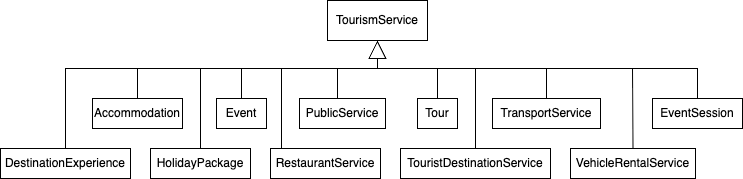
The draw.io diagram diagrams/fig4-TourismService.png in TURISMO-Ontologia/core-ontology, before a commit. Source tidied: cells renumbered, new cells last; positions are measured from the earlier drawing's top-left corner, leaving out a move shared by most shapes.
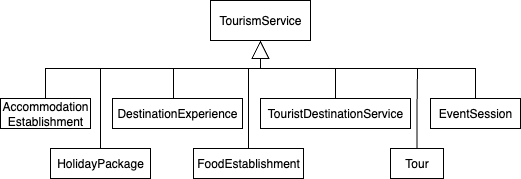
Above is the later version.

Diff of the diagram source:
```diff
@@ -7,95 +7,70 @@
     </mxCell>
     <mxCell id="3" style="edgeStyle=orthogonalEdgeStyle;rounded=0;jettySize=auto;html=1;exitX=0.5;exitY=0;exitDx=0;exitDy=0;endArrow=none;endFill=0;" parent="1" edge="1" source="4">
       <mxGeometry relative="1" as="geometry">
-        <mxPoint x="200" y="68" as="targetPoint" />
+        <mxPoint x="217" y="68" as="targetPoint" />
       </mxGeometry>
     </mxCell>
     <mxCell id="4" value="HolidayPackage" style="rounded=0;whiteSpace=wrap;html=1;snapToPoint=1;points=[[0.1,0],[0.2,0],[0.3,0],[0.4,0],[0.5,0],[0.6,0],[0.7,0],[0.8,0],[0.9,0],[0,0.1],[0,0.3],[0,0.5],[0,0.7],[0,0.9],[0.1,1],[0.2,1],[0.3,1],[0.4,1],[0.5,1],[0.6,1],[0.7,1],[0.8,1],[0.9,1],[1,0.1],[1,0.3],[1,0.5],[1,0.7],[1,0.9]];align=center;" parent="1" vertex="1">
-      <mxGeometry x="150" y="148" width="100" height="30" as="geometry" />
+      <mxGeometry x="167" y="148" width="100" height="30" as="geometry" />
     </mxCell>
-    <mxCell id="5" style="edgeStyle=orthogonalEdgeStyle;rounded=0;jettySize=auto;html=1;exitX=0.5;exitY=0;exitDx=0;exitDy=0;endArrow=none;endFill=0;" parent="1" edge="1" source="6">
-      <mxGeometry relative="1" as="geometry">
-        <mxPoint x="437" y="68" as="targetPoint" />
-      </mxGeometry>
-    </mxCell>
-    <mxCell id="6" value="Tour" style="rounded=0;whiteSpace=wrap;html=1;snapToPoint=1;points=[[0.1,0],[0.2,0],[0.3,0],[0.4,0],[0.5,0],[0.6,0],[0.7,0],[0.8,0],[0.9,0],[0,0.1],[0,0.3],[0,0.5],[0,0.7],[0,0.9],[0.1,1],[0.2,1],[0.3,1],[0.4,1],[0.5,1],[0.6,1],[0.7,1],[0.8,1],[0.9,1],[1,0.1],[1,0.3],[1,0.5],[1,0.7],[1,0.9]];align=center;" parent="1" vertex="1">
-      <mxGeometry x="417" y="98" width="40" height="30" as="geometry" />
+    <mxCell id="6" value="TouristDestinationService" style="rounded=0;whiteSpace=wrap;html=1;snapToPoint=1;points=[[0.1,0],[0.2,0],[0.3,0],[0.4,0],[0.5,0],[0.6,0],[0.7,0],[0.8,0],[0.9,0],[0,0.1],[0,0.3],[0,0.5],[0,0.7],[0,0.9],[0.1,1],[0.2,1],[0.3,1],[0.4,1],[0.5,1],[0.6,1],[0.7,1],[0.8,1],[0.9,1],[1,0.1],[1,0.3],[1,0.5],[1,0.7],[1,0.9]];align=center;" parent="1" vertex="1">
+      <mxGeometry x="377" y="98" width="150" height="30" as="geometry" />
     </mxCell>
-    <mxCell id="7" value="Event" style="rounded=0;whiteSpace=wrap;html=1;snapToPoint=1;points=[[0.1,0],[0.2,0],[0.3,0],[0.4,0],[0.5,0],[0.6,0],[0.7,0],[0.8,0],[0.9,0],[0,0.1],[0,0.3],[0,0.5],[0,0.7],[0,0.9],[0.1,1],[0.2,1],[0.3,1],[0.4,1],[0.5,1],[0.6,1],[0.7,1],[0.8,1],[0.9,1],[1,0.1],[1,0.3],[1,0.5],[1,0.7],[1,0.9]];align=center;" parent="1" vertex="1">
-      <mxGeometry x="216" y="98" width="50" height="30" as="geometry" />
-    </mxCell>
-    <mxCell id="8" style="edgeStyle=orthogonalEdgeStyle;rounded=0;jettySize=auto;html=1;exitX=0.5;exitY=0;exitDx=0;exitDy=0;endArrow=none;endFill=0;" parent="1" edge="1" source="9">
-      <mxGeometry relative="1" as="geometry">
-        <mxPoint x="475" y="68" as="targetPoint" />
-      </mxGeometry>
-    </mxCell>
-    <mxCell id="9" value="TouristDestinationService" style="rounded=0;whiteSpace=wrap;html=1;snapToPoint=1;points=[[0.1,0],[0.2,0],[0.3,0],[0.4,0],[0.5,0],[0.6,0],[0.7,0],[0.8,0],[0.9,0],[0,0.1],[0,0.3],[0,0.5],[0,0.7],[0,0.9],[0.1,1],[0.2,1],[0.3,1],[0.4,1],[0.5,1],[0.6,1],[0.7,1],[0.8,1],[0.9,1],[1,0.1],[1,0.3],[1,0.5],[1,0.7],[1,0.9]];align=center;" parent="1" vertex="1">
-      <mxGeometry x="400" y="148" width="150" height="30" as="geometry" />
+    <mxCell id="9" value="Tour" style="rounded=0;whiteSpace=wrap;html=1;snapToPoint=1;points=[[0.1,0],[0.2,0],[0.3,0],[0.4,0],[0.5,0],[0.6,0],[0.7,0],[0.8,0],[0.9,0],[0,0.1],[0,0.3],[0,0.5],[0,0.7],[0,0.9],[0.1,1],[0.2,1],[0.3,1],[0.4,1],[0.5,1],[0.6,1],[0.7,1],[0.8,1],[0.9,1],[1,0.1],[1,0.3],[1,0.5],[1,0.7],[1,0.9]];align=center;" parent="1" vertex="1">
+      <mxGeometry x="507" y="148" width="53" height="30" as="geometry" />
     </mxCell>
-    <mxCell id="10" style="edgeStyle=orthogonalEdgeStyle;rounded=0;jettySize=auto;html=1;exitX=0.5;exitY=0;exitDx=0;exitDy=0;endArrow=none;endFill=0;" parent="1" edge="1" source="11">
-      <mxGeometry relative="1" as="geometry">
-        <mxPoint x="546" y="68" as="targetPoint" />
-      </mxGeometry>
-    </mxCell>
-    <mxCell id="11" value="TransportService" style="rounded=0;whiteSpace=wrap;html=1;snapToPoint=1;points=[[0.1,0],[0.2,0],[0.3,0],[0.4,0],[0.5,0],[0.6,0],[0.7,0],[0.8,0],[0.9,0],[0,0.1],[0,0.3],[0,0.5],[0,0.7],[0,0.9],[0.1,1],[0.2,1],[0.3,1],[0.4,1],[0.5,1],[0.6,1],[0.7,1],[0.8,1],[0.9,1],[1,0.1],[1,0.3],[1,0.5],[1,0.7],[1,0.9]];align=center;" parent="1" vertex="1">
-      <mxGeometry x="492" y="98" width="108" height="30" as="geometry" />
-    </mxCell>
-    <mxCell id="12" value="VehicleRentalService" style="rounded=0;whiteSpace=wrap;html=1;snapToPoint=1;points=[[0.1,0],[0.2,0],[0.3,0],[0.4,0],[0.5,0],[0.6,0],[0.7,0],[0.8,0],[0.9,0],[0,0.1],[0,0.3],[0,0.5],[0,0.7],[0,0.9],[0.1,1],[0.2,1],[0.3,1],[0.4,1],[0.5,1],[0.6,1],[0.7,1],[0.8,1],[0.9,1],[1,0.1],[1,0.3],[1,0.5],[1,0.7],[1,0.9]];align=center;" parent="1" vertex="1">
-      <mxGeometry x="570" y="148" width="125" height="30" as="geometry" />
-    </mxCell>
-    <mxCell id="13" style="edgeStyle=orthogonalEdgeStyle;rounded=0;jettySize=auto;html=1;exitX=0.1;exitY=0;exitDx=0;exitDy=0;endArrow=none;endFill=0;" parent="1" edge="1" source="14">
-      <mxGeometry relative="1" as="geometry">
-        <mxPoint x="281" y="68" as="targetPoint" />
-      </mxGeometry>
-    </mxCell>
-    <mxCell id="14" value="RestaurantService" style="rounded=0;whiteSpace=wrap;html=1;snapToPoint=1;points=[[0.1,0],[0.2,0],[0.3,0],[0.4,0],[0.5,0],[0.6,0],[0.7,0],[0.8,0],[0.9,0],[0,0.1],[0,0.3],[0,0.5],[0,0.7],[0,0.9],[0.1,1],[0.2,1],[0.3,1],[0.4,1],[0.5,1],[0.6,1],[0.7,1],[0.8,1],[0.9,1],[1,0.1],[1,0.3],[1,0.5],[1,0.7],[1,0.9]];align=center;" parent="1" vertex="1">
-      <mxGeometry x="270" y="148" width="110" height="30" as="geometry" />
+    <mxCell id="14" value="FoodEstablishment" style="rounded=0;whiteSpace=wrap;html=1;snapToPoint=1;points=[[0.1,0],[0.2,0],[0.3,0],[0.4,0],[0.5,0],[0.6,0],[0.7,0],[0.8,0],[0.9,0],[0,0.1],[0,0.3],[0,0.5],[0,0.7],[0,0.9],[0.1,1],[0.2,1],[0.3,1],[0.4,1],[0.5,1],[0.6,1],[0.7,1],[0.8,1],[0.9,1],[1,0.1],[1,0.3],[1,0.5],[1,0.7],[1,0.9]];align=center;" parent="1" vertex="1">
+      <mxGeometry x="310" y="148" width="110" height="30" as="geometry" />
     </mxCell>
-    <mxCell id="15" value="Accommodation" style="rounded=0;whiteSpace=wrap;html=1;snapToPoint=1;points=[[0.1,0],[0.2,0],[0.3,0],[0.4,0],[0.5,0],[0.6,0],[0.7,0],[0.8,0],[0.9,0],[0,0.1],[0,0.3],[0,0.5],[0,0.7],[0,0.9],[0.1,1],[0.2,1],[0.3,1],[0.4,1],[0.5,1],[0.6,1],[0.7,1],[0.8,1],[0.9,1],[1,0.1],[1,0.3],[1,0.5],[1,0.7],[1,0.9]];align=center;" parent="1" vertex="1">
-      <mxGeometry x="92" y="98" width="90" height="30" as="geometry" />
+    <mxCell id="15" value="Accommodation&lt;br&gt;Establishment" style="rounded=0;whiteSpace=wrap;html=1;snapToPoint=1;points=[[0.1,0],[0.2,0],[0.3,0],[0.4,0],[0.5,0],[0.6,0],[0.7,0],[0.8,0],[0.9,0],[0,0.1],[0,0.3],[0,0.5],[0,0.7],[0,0.9],[0.1,1],[0.2,1],[0.3,1],[0.4,1],[0.5,1],[0.6,1],[0.7,1],[0.8,1],[0.9,1],[1,0.1],[1,0.3],[1,0.5],[1,0.7],[1,0.9]];align=center;" parent="1" vertex="1">
+      <mxGeometry x="117" y="98" width="90" height="30" as="geometry" />
     </mxCell>
     <mxCell id="16" value="DestinationExperience" style="rounded=0;whiteSpace=wrap;html=1;snapToPoint=1;points=[[0.1,0],[0.2,0],[0.3,0],[0.4,0],[0.5,0],[0.6,0],[0.7,0],[0.8,0],[0.9,0],[0,0.1],[0,0.3],[0,0.5],[0,0.7],[0,0.9],[0.1,1],[0.2,1],[0.3,1],[0.4,1],[0.5,1],[0.6,1],[0.7,1],[0.8,1],[0.9,1],[1,0.1],[1,0.3],[1,0.5],[1,0.7],[1,0.9]];align=center;" parent="1" vertex="1">
-      <mxGeometry y="148" width="130" height="30" as="geometry" />
+      <mxGeometry x="229" y="98" width="130" height="30" as="geometry" />
     </mxCell>
-    <mxCell id="17" value="PublicService" style="rounded=0;whiteSpace=wrap;html=1;align=center;" parent="1" vertex="1">
-      <mxGeometry x="299" y="98" width="86" height="30" as="geometry" />
-    </mxCell>
     <mxCell id="18" style="endArrow=block;endSize=16;endFill=0;html=1;rounded=0;entryX=0.5;entryY=1;entryDx=0;entryDy=0;" parent="1" edge="1" target="2">
       <mxGeometry relative="1" as="geometry">
         <mxPoint x="377" y="68" as="sourcePoint" />
       </mxGeometry>
     </mxCell>
-    <mxCell id="19" style="endArrow=none;html=1;rounded=0;exitX=0.5;exitY=0;exitDx=0;exitDy=0;entryX=0.5;entryY=0;entryDx=0;entryDy=0;" parent="1" edge="1" source="16" target="22">
+    <mxCell id="19" style="endArrow=none;html=1;rounded=0;exitX=0.5;exitY=0;exitDx=0;exitDy=0;entryX=0.5;entryY=0;entryDx=0;entryDy=0;" parent="1" edge="1" source="15" target="22">
       <mxGeometry relative="1" as="geometry">
         <Array as="points">
-          <mxPoint x="65" y="68" />
-          <mxPoint x="697" y="68" />
+          <mxPoint x="162" y="68" />
+          <mxPoint x="592" y="68" />
         </Array>
       </mxGeometry>
     </mxCell>
-    <mxCell id="20" style="endArrow=none;html=1;rounded=0;exitX=0.5;exitY=0;exitDx=0;exitDy=0;" parent="1" edge="1" source="15">
-      <mxGeometry relative="1" as="geometry">
-        <mxPoint x="137" y="68" as="targetPoint" />
-      </mxGeometry>
-    </mxCell>
-    <mxCell id="21" style="endArrow=none;html=1;rounded=0;exitX=0.5;exitY=0;exitDx=0;exitDy=0;" parent="1" edge="1" source="7">
-      <mxGeometry relative="1" as="geometry">
-        <mxPoint x="241" y="68" as="targetPoint" />
-      </mxGeometry>
-    </mxCell>
     <mxCell id="22" value="EventSession" style="rounded=0;whiteSpace=wrap;html=1;snapToPoint=1;points=[[0.1,0],[0.2,0],[0.3,0],[0.4,0],[0.5,0],[0.6,0],[0.7,0],[0.8,0],[0.9,0],[0,0.1],[0,0.3],[0,0.5],[0,0.7],[0,0.9],[0.1,1],[0.2,1],[0.3,1],[0.4,1],[0.5,1],[0.6,1],[0.7,1],[0.8,1],[0.9,1],[1,0.1],[1,0.3],[1,0.5],[1,0.7],[1,0.9]];align=center;" parent="1" vertex="1">
-      <mxGeometry x="652" y="98" width="90" height="30" as="geometry" />
+      <mxGeometry x="547" y="98" width="90" height="30" as="geometry" />
     </mxCell>
-    <mxCell id="23" style="edgeStyle=orthogonalEdgeStyle;rounded=0;jettySize=auto;html=1;exitX=0.5;exitY=0;exitDx=0;exitDy=0;endArrow=none;endFill=0;" parent="1" edge="1" source="12">
-      <mxGeometry relative="1" as="geometry">
-        <mxPoint x="632" y="68" as="targetPoint" />
-      </mxGeometry>
-    </mxCell>
-    <mxCell id="24" style="endArrow=none;html=1;rounded=0;" parent="1" edge="1">
-      <mxGeometry relative="1" as="geometry">
-        <mxPoint x="337" y="98" as="sourcePoint" />
-        <mxPoint x="337" y="68" as="targetPoint" />
-      </mxGeometry>
-    </mxCell>
+    <mxCell id="25" style="edgeStyle=orthogonalEdgeStyle;rounded=0;jettySize=auto;html=1;exitX=0.5;exitY=0;exitDx=0;exitDy=0;endArrow=none;endFill=0;" parent="1" edge="1" source="14">
+      <mxGeometry relative="1" as="geometry">
+        <mxPoint x="365" y="68" as="targetPoint" />
+      </mxGeometry>
+    </mxCell>
+    <mxCell id="26" style="edgeStyle=orthogonalEdgeStyle;rounded=0;jettySize=auto;html=1;exitX=0.5;exitY=0;exitDx=0;exitDy=0;endArrow=none;endFill=0;" parent="1" edge="1" source="9">
+      <mxGeometry relative="1" as="geometry">
+        <mxPoint x="534" y="68" as="targetPoint" />
+        <Array as="points">
+          <mxPoint x="534" y="109" />
+          <mxPoint x="534" y="109" />
+        </Array>
+      </mxGeometry>
+    </mxCell>
+    <mxCell id="27" style="edgeStyle=orthogonalEdgeStyle;rounded=0;jettySize=auto;html=1;exitX=0.5;exitY=0;exitDx=0;exitDy=0;endArrow=none;endFill=0;" parent="1" edge="1" source="6">
+      <mxGeometry relative="1" as="geometry">
+        <mxPoint x="447" y="68" as="targetPoint" />
+        <Array as="points">
+          <mxPoint x="452" y="68" />
+        </Array>
+      </mxGeometry>
+    </mxCell>
+    <mxCell id="28" style="endArrow=none;html=1;rounded=0;exitX=0.5;exitY=0;exitDx=0;exitDy=0;" parent="1" edge="1">
+      <mxGeometry relative="1" as="geometry">
+        <mxPoint x="290" y="98" as="sourcePoint" />
+        <mxPoint x="290" y="68" as="targetPoint" />
+      </mxGeometry>
+    </mxCell>
   </root>
 </mxGraphModel>
```
